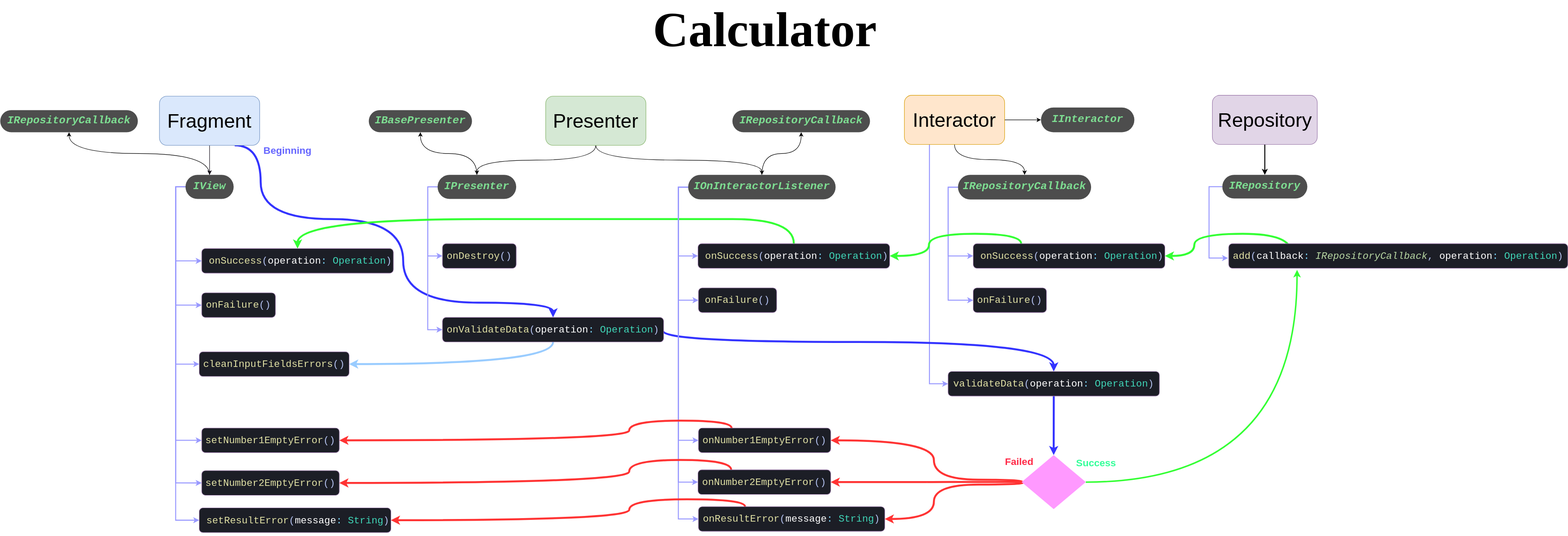
This is MVP Calculator Scheme.svg from ElianFabian/android-mvp-calculator, a draw.io export, as it was before one commit. Source tidied: cells renumbered, new cells last; positions are measured from the earlier drawing's top-left corner, leaving out a move shared by most shapes.
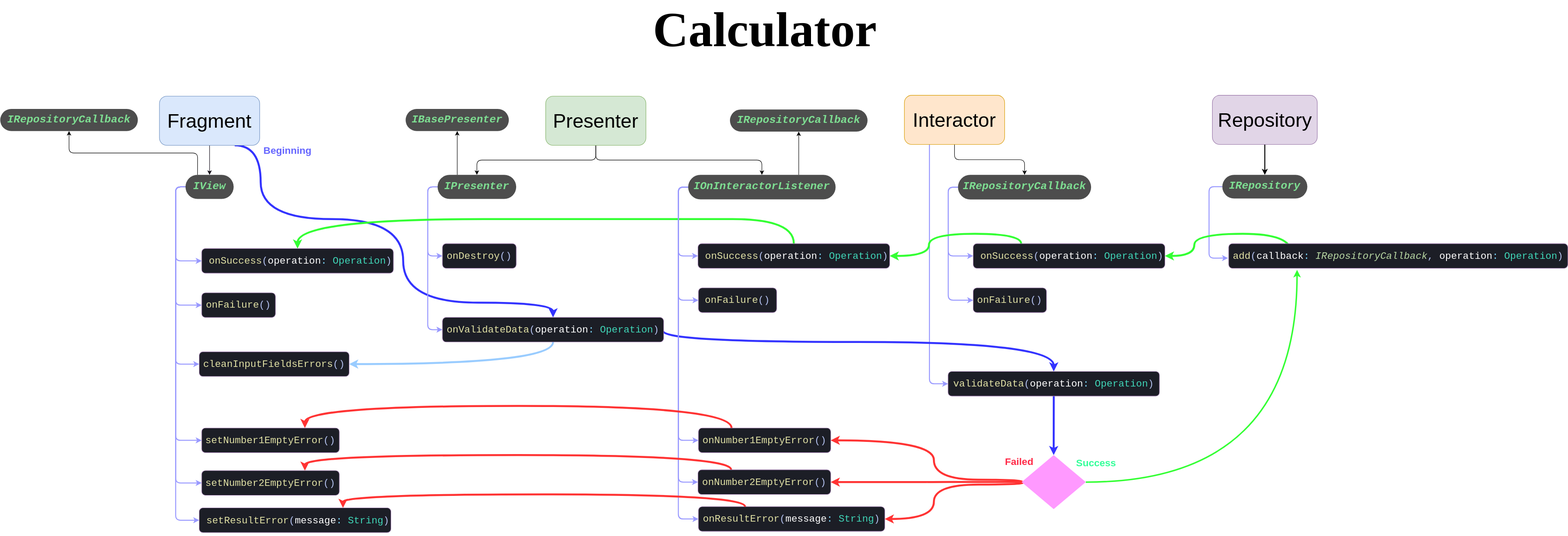
After the commit.

Change to the diagram source:
```diff
@@ -15,12 +15,12 @@
     </mxCell>
-    <mxCell id="3" style="edgeStyle=orthogonalEdgeStyle;curved=1;rounded=0;jettySize=auto;html=1;exitX=0.5;exitY=1;exitDx=0;exitDy=0;entryX=0.5;entryY=0;entryDx=0;entryDy=0;" parent="1" edge="1" source="68" target="33">
+    <mxCell id="3" style="edgeStyle=orthogonalEdgeStyle;rounded=1;jettySize=auto;html=1;exitX=0.5;exitY=1;exitDx=0;exitDy=0;entryX=0.5;entryY=0;entryDx=0;entryDy=0;" parent="1" edge="1" source="68" target="33">
       <mxGeometry relative="1" as="geometry" />
     </mxCell>
-    <mxCell id="4" style="edgeStyle=orthogonalEdgeStyle;curved=1;rounded=0;jettySize=auto;html=1;exitX=0.5;exitY=1;exitDx=0;exitDy=0;entryX=0.5;entryY=0;entryDx=0;entryDy=0;" parent="1" edge="1" source="68" target="40">
+    <mxCell id="4" style="edgeStyle=orthogonalEdgeStyle;rounded=1;jettySize=auto;html=1;exitX=0.5;exitY=1;exitDx=0;exitDy=0;entryX=0.5;entryY=0;entryDx=0;entryDy=0;" parent="1" edge="1" source="68" target="40">
       <mxGeometry relative="1" as="geometry" />
     </mxCell>
-    <mxCell id="5" style="edgeStyle=orthogonalEdgeStyle;curved=1;rounded=0;jettySize=auto;html=1;exitX=0.5;exitY=1;exitDx=0;exitDy=0;" parent="1" edge="1" source="70" target="52">
+    <mxCell id="5" style="edgeStyle=orthogonalEdgeStyle;rounded=1;jettySize=auto;html=1;exitX=0.5;exitY=1;exitDx=0;exitDy=0;" parent="1" edge="1" source="70" target="52">
       <mxGeometry relative="1" as="geometry" />
     </mxCell>
-    <mxCell id="6" style="edgeStyle=orthogonalEdgeStyle;rounded=0;jettySize=auto;html=1;exitX=0.25;exitY=1;exitDx=0;exitDy=0;strokeWidth=2;entryX=0;entryY=0.5;entryDx=0;entryDy=0;strokeColor=#9999FF;" parent="1" edge="1" source="70" target="56">
+    <mxCell id="6" style="edgeStyle=orthogonalEdgeStyle;rounded=1;jettySize=auto;html=1;exitX=0.25;exitY=1;exitDx=0;exitDy=0;strokeWidth=2;entryX=0;entryY=0.5;entryDx=0;entryDy=0;strokeColor=#9999FF;" parent="1" edge="1" source="70" target="56">
       <mxGeometry relative="1" as="geometry">
@@ -34,21 +34,21 @@
     </mxCell>
-    <mxCell id="8" style="edgeStyle=orthogonalEdgeStyle;rounded=0;jettySize=auto;html=1;exitX=0;exitY=0.5;exitDx=0;exitDy=0;entryX=0;entryY=0.5;entryDx=0;entryDy=0;strokeWidth=2;strokeColor=#9999FF;" parent="1" edge="1" source="15" target="20">
+    <mxCell id="8" style="edgeStyle=orthogonalEdgeStyle;rounded=1;jettySize=auto;html=1;exitX=0;exitY=0.5;exitDx=0;exitDy=0;entryX=0;entryY=0.5;entryDx=0;entryDy=0;strokeWidth=2;strokeColor=#9999FF;" parent="1" edge="1" source="15" target="20">
       <mxGeometry relative="1" as="geometry" />
     </mxCell>
-    <mxCell id="9" style="edgeStyle=orthogonalEdgeStyle;rounded=0;jettySize=auto;html=1;exitX=0;exitY=0.5;exitDx=0;exitDy=0;entryX=0;entryY=0.5;entryDx=0;entryDy=0;strokeWidth=2;strokeColor=#9999FF;" parent="1" edge="1" source="15" target="21">
+    <mxCell id="9" style="edgeStyle=orthogonalEdgeStyle;rounded=1;jettySize=auto;html=1;exitX=0;exitY=0.5;exitDx=0;exitDy=0;entryX=0;entryY=0.5;entryDx=0;entryDy=0;strokeWidth=2;strokeColor=#9999FF;" parent="1" edge="1" source="15" target="21">
       <mxGeometry relative="1" as="geometry" />
     </mxCell>
-    <mxCell id="10" style="edgeStyle=orthogonalEdgeStyle;rounded=0;jettySize=auto;html=1;exitX=0;exitY=0.5;exitDx=0;exitDy=0;entryX=0;entryY=0.5;entryDx=0;entryDy=0;strokeWidth=2;strokeColor=#9999FF;" parent="1" edge="1" source="15" target="22">
+    <mxCell id="10" style="edgeStyle=orthogonalEdgeStyle;rounded=1;jettySize=auto;html=1;exitX=0;exitY=0.5;exitDx=0;exitDy=0;entryX=0;entryY=0.5;entryDx=0;entryDy=0;strokeWidth=2;strokeColor=#9999FF;" parent="1" edge="1" source="15" target="22">
       <mxGeometry relative="1" as="geometry" />
     </mxCell>
-    <mxCell id="11" style="edgeStyle=orthogonalEdgeStyle;curved=1;rounded=0;jettySize=auto;html=1;exitX=0.5;exitY=0;exitDx=0;exitDy=0;entryX=0.5;entryY=1;entryDx=0;entryDy=0;strokeColor=#000000;" parent="1" edge="1" source="15" target="51">
+    <mxCell id="11" style="edgeStyle=orthogonalEdgeStyle;rounded=1;jettySize=auto;html=1;exitX=0.25;exitY=0;exitDx=0;exitDy=0;entryX=0.5;entryY=1;entryDx=0;entryDy=0;strokeColor=#000000;" parent="1" edge="1" source="15" target="51">
       <mxGeometry relative="1" as="geometry" />
     </mxCell>
-    <mxCell id="12" style="edgeStyle=orthogonalEdgeStyle;rounded=0;jettySize=auto;html=1;exitX=0;exitY=0.5;exitDx=0;exitDy=0;entryX=0;entryY=0.5;entryDx=0;entryDy=0;strokeWidth=2;strokeColor=#9999FF;" parent="1" edge="1" source="15" target="53">
+    <mxCell id="12" style="edgeStyle=orthogonalEdgeStyle;rounded=1;jettySize=auto;html=1;exitX=0;exitY=0.5;exitDx=0;exitDy=0;entryX=0;entryY=0.5;entryDx=0;entryDy=0;strokeWidth=2;strokeColor=#9999FF;" parent="1" edge="1" source="15" target="53">
       <mxGeometry relative="1" as="geometry" />
     </mxCell>
-    <mxCell id="13" style="edgeStyle=orthogonalEdgeStyle;rounded=0;jettySize=auto;html=1;exitX=0;exitY=0.5;exitDx=0;exitDy=0;entryX=0;entryY=0.5;entryDx=0;entryDy=0;strokeWidth=2;strokeColor=#9999FF;" parent="1" edge="1" source="15" target="54">
+    <mxCell id="13" style="edgeStyle=orthogonalEdgeStyle;rounded=1;jettySize=auto;html=1;exitX=0;exitY=0.5;exitDx=0;exitDy=0;entryX=0;entryY=0.5;entryDx=0;entryDy=0;strokeWidth=2;strokeColor=#9999FF;" parent="1" edge="1" source="15" target="54">
       <mxGeometry relative="1" as="geometry" />
     </mxCell>
-    <mxCell id="14" style="edgeStyle=orthogonalEdgeStyle;rounded=0;jettySize=auto;html=1;exitX=0;exitY=0.5;exitDx=0;exitDy=0;entryX=0;entryY=0.5;entryDx=0;entryDy=0;strokeWidth=2;strokeColor=#9999FF;" parent="1" edge="1" source="15" target="23">
+    <mxCell id="14" style="edgeStyle=orthogonalEdgeStyle;rounded=1;jettySize=auto;html=1;exitX=0;exitY=0.5;exitDx=0;exitDy=0;entryX=0;entryY=0.5;entryDx=0;entryDy=0;strokeWidth=2;strokeColor=#9999FF;" parent="1" edge="1" source="15" target="23">
       <mxGeometry relative="1" as="geometry" />
@@ -58,12 +58,12 @@
     </mxCell>
-    <mxCell id="16" style="edgeStyle=orthogonalEdgeStyle;rounded=0;jettySize=auto;html=1;exitX=0;exitY=0.5;exitDx=0;exitDy=0;entryX=0;entryY=0.5;entryDx=0;entryDy=0;strokeWidth=2;strokeColor=#9999FF;" parent="1" edge="1" source="33" target="25">
+    <mxCell id="16" style="edgeStyle=orthogonalEdgeStyle;rounded=1;jettySize=auto;html=1;exitX=0;exitY=0.5;exitDx=0;exitDy=0;entryX=0;entryY=0.5;entryDx=0;entryDy=0;strokeWidth=2;strokeColor=#9999FF;" parent="1" edge="1" source="33" target="25">
       <mxGeometry relative="1" as="geometry" />
     </mxCell>
-    <mxCell id="17" style="edgeStyle=orthogonalEdgeStyle;rounded=0;jettySize=auto;html=1;exitX=0;exitY=0.5;exitDx=0;exitDy=0;entryX=0;entryY=0.5;entryDx=0;entryDy=0;strokeWidth=2;strokeColor=#9999FF;" parent="1" edge="1" source="33" target="28">
+    <mxCell id="17" style="edgeStyle=orthogonalEdgeStyle;rounded=1;jettySize=auto;html=1;exitX=0;exitY=0.5;exitDx=0;exitDy=0;entryX=0;entryY=0.5;entryDx=0;entryDy=0;strokeWidth=2;strokeColor=#9999FF;" parent="1" edge="1" source="33" target="28">
       <mxGeometry relative="1" as="geometry" />
     </mxCell>
-    <mxCell id="18" style="edgeStyle=orthogonalEdgeStyle;rounded=0;jettySize=auto;html=1;exitX=0;exitY=0.5;exitDx=0;exitDy=0;entryX=0;entryY=0.5;entryDx=0;entryDy=0;strokeWidth=2;strokeColor=#9999FF;" parent="1" edge="1" source="52" target="49">
+    <mxCell id="18" style="edgeStyle=orthogonalEdgeStyle;rounded=1;jettySize=auto;html=1;exitX=0;exitY=0.5;exitDx=0;exitDy=0;entryX=0;entryY=0.5;entryDx=0;entryDy=0;strokeWidth=2;strokeColor=#9999FF;" parent="1" edge="1" source="52" target="49">
       <mxGeometry relative="1" as="geometry" />
     </mxCell>
-    <mxCell id="19" style="edgeStyle=orthogonalEdgeStyle;rounded=0;jettySize=auto;html=1;exitX=0;exitY=0.5;exitDx=0;exitDy=0;entryX=0;entryY=0.5;entryDx=0;entryDy=0;strokeWidth=2;strokeColor=#9999FF;" parent="1" edge="1" source="52" target="50">
+    <mxCell id="19" style="edgeStyle=orthogonalEdgeStyle;rounded=1;jettySize=auto;html=1;exitX=0;exitY=0.5;exitDx=0;exitDy=0;entryX=0;entryY=0.5;entryDx=0;entryDy=0;strokeWidth=2;strokeColor=#9999FF;" parent="1" edge="1" source="52" target="50">
       <mxGeometry relative="1" as="geometry" />
@@ -83,3 +83,3 @@
     <mxCell id="24" value="&lt;pre style=&quot;font-family: &amp;quot;jetbrains mono&amp;quot;, monospace; font-size: 22px;&quot;&gt;&lt;span style=&quot;font-style: italic; font-size: 22px;&quot;&gt;&lt;span style=&quot;font-size: 22px;&quot;&gt;&lt;font style=&quot;font-size: 22px;&quot;&gt;IBasePresenter&lt;/font&gt;&lt;/span&gt;&lt;/span&gt;&lt;/pre&gt;" style="rounded=1;whiteSpace=wrap;html=1;strokeWidth=1;arcSize=50;fontSize=22;fontColor=#7EDE92;fontStyle=1;strokeColor=none;fillColor=#4D4D4D;" parent="1" vertex="1">
-      <mxGeometry x="750" y="193.3" width="210" height="45" as="geometry" />
+      <mxGeometry x="825" y="191" width="210" height="45" as="geometry" />
     </mxCell>
@@ -117,3 +117,3 @@
     <mxCell id="32" value="&lt;pre style=&quot;font-family: &amp;quot;jetbrains mono&amp;quot;, monospace; font-size: 22px;&quot;&gt;&lt;span style=&quot;font-style: italic; font-size: 22px;&quot;&gt;&lt;span style=&quot;font-size: 22px;&quot;&gt;&lt;font style=&quot;font-size: 22px;&quot;&gt;IRepositoryCallback&lt;/font&gt;&lt;/span&gt;&lt;/span&gt;&lt;/pre&gt;" style="rounded=1;whiteSpace=wrap;html=1;strokeWidth=1;arcSize=50;fontSize=22;fontColor=#7EDE92;fontStyle=1;strokeColor=none;fillColor=#4D4D4D;" parent="1" vertex="1">
-      <mxGeometry x="1490" y="193.3" width="280" height="45" as="geometry" />
+      <mxGeometry x="1485" y="192" width="280" height="45" as="geometry" />
     </mxCell>
@@ -122,18 +122,18 @@
     </mxCell>
-    <mxCell id="34" style="edgeStyle=orthogonalEdgeStyle;curved=1;rounded=0;jettySize=auto;html=1;entryX=0.5;entryY=1;entryDx=0;entryDy=0;" parent="1" edge="1" source="40" target="32">
+    <mxCell id="34" style="edgeStyle=orthogonalEdgeStyle;rounded=0;jettySize=auto;html=1;entryX=0.5;entryY=1;entryDx=0;entryDy=0;exitX=0.75;exitY=0;exitDx=0;exitDy=0;" parent="1" edge="1" source="40" target="32">
       <mxGeometry relative="1" as="geometry" />
     </mxCell>
-    <mxCell id="35" style="edgeStyle=orthogonalEdgeStyle;rounded=0;jettySize=auto;html=1;exitX=0;exitY=0.5;exitDx=0;exitDy=0;entryX=0;entryY=0.5;entryDx=0;entryDy=0;strokeWidth=2;strokeColor=#9999FF;" parent="1" edge="1" source="40" target="30">
+    <mxCell id="35" style="edgeStyle=orthogonalEdgeStyle;rounded=1;jettySize=auto;html=1;exitX=0;exitY=0.5;exitDx=0;exitDy=0;entryX=0;entryY=0.5;entryDx=0;entryDy=0;strokeWidth=2;strokeColor=#9999FF;" parent="1" edge="1" source="40" target="30">
       <mxGeometry relative="1" as="geometry" />
     </mxCell>
-    <mxCell id="36" style="edgeStyle=orthogonalEdgeStyle;rounded=0;jettySize=auto;html=1;exitX=0;exitY=0.5;exitDx=0;exitDy=0;entryX=0;entryY=0.5;entryDx=0;entryDy=0;strokeWidth=2;strokeColor=#9999FF;" parent="1" edge="1" source="40" target="31">
+    <mxCell id="36" style="edgeStyle=orthogonalEdgeStyle;rounded=1;jettySize=auto;html=1;exitX=0;exitY=0.5;exitDx=0;exitDy=0;entryX=0;entryY=0.5;entryDx=0;entryDy=0;strokeWidth=2;strokeColor=#9999FF;" parent="1" edge="1" source="40" target="31">
       <mxGeometry relative="1" as="geometry" />
     </mxCell>
-    <mxCell id="37" style="edgeStyle=orthogonalEdgeStyle;rounded=0;jettySize=auto;html=1;exitX=0;exitY=0.5;exitDx=0;exitDy=0;entryX=0;entryY=0.5;entryDx=0;entryDy=0;strokeWidth=2;strokeColor=#9999FF;" parent="1" edge="1" source="40" target="43">
+    <mxCell id="37" style="edgeStyle=orthogonalEdgeStyle;rounded=1;jettySize=auto;html=1;exitX=0;exitY=0.5;exitDx=0;exitDy=0;entryX=0;entryY=0.5;entryDx=0;entryDy=0;strokeWidth=2;strokeColor=#9999FF;" parent="1" edge="1" source="40" target="43">
       <mxGeometry relative="1" as="geometry" />
     </mxCell>
-    <mxCell id="38" style="edgeStyle=orthogonalEdgeStyle;rounded=0;jettySize=auto;html=1;exitX=0;exitY=0.5;exitDx=0;exitDy=0;entryX=0;entryY=0.5;entryDx=0;entryDy=0;strokeWidth=2;strokeColor=#9999FF;" parent="1" edge="1" source="40" target="45">
+    <mxCell id="38" style="edgeStyle=orthogonalEdgeStyle;rounded=1;jettySize=auto;html=1;exitX=0;exitY=0.5;exitDx=0;exitDy=0;entryX=0;entryY=0.5;entryDx=0;entryDy=0;strokeWidth=2;strokeColor=#9999FF;" parent="1" edge="1" source="40" target="45">
       <mxGeometry relative="1" as="geometry" />
     </mxCell>
-    <mxCell id="39" style="edgeStyle=orthogonalEdgeStyle;rounded=0;jettySize=auto;html=1;exitX=0;exitY=0.5;exitDx=0;exitDy=0;entryX=0;entryY=0.5;entryDx=0;entryDy=0;strokeWidth=2;strokeColor=#9999FF;" parent="1" edge="1" source="40" target="47">
+    <mxCell id="39" style="edgeStyle=orthogonalEdgeStyle;rounded=1;jettySize=auto;html=1;exitX=0;exitY=0.5;exitDx=0;exitDy=0;entryX=0;entryY=0.5;entryDx=0;entryDy=0;strokeWidth=2;strokeColor=#9999FF;" parent="1" edge="1" source="40" target="47">
       <mxGeometry relative="1" as="geometry" />
@@ -143,11 +143,10 @@
     </mxCell>
-    <mxCell id="41" style="edgeStyle=orthogonalEdgeStyle;curved=1;rounded=0;jettySize=auto;html=1;entryX=0.5;entryY=1;entryDx=0;entryDy=0;exitX=0.5;exitY=0;exitDx=0;exitDy=0;" parent="1" edge="1" source="33" target="24">
+    <mxCell id="41" style="edgeStyle=orthogonalEdgeStyle;rounded=0;jettySize=auto;html=1;entryX=0.5;entryY=1;entryDx=0;entryDy=0;exitX=0.25;exitY=0;exitDx=0;exitDy=0;" parent="1" edge="1" source="33" target="24">
       <mxGeometry relative="1" as="geometry" />
     </mxCell>
-    <mxCell id="42" style="edgeStyle=orthogonalEdgeStyle;curved=1;rounded=0;jettySize=auto;html=1;exitX=0.25;exitY=0;exitDx=0;exitDy=0;entryX=1;entryY=0.5;entryDx=0;entryDy=0;strokeWidth=4;strokeColor=#FF3333;" parent="1" edge="1" source="43" target="20">
+    <mxCell id="42" style="edgeStyle=orthogonalEdgeStyle;jettySize=auto;html=1;exitX=0.25;exitY=0;exitDx=0;exitDy=0;entryX=0.75;entryY=0;entryDx=0;entryDy=0;strokeWidth=4;strokeColor=#FF3333;curved=1;" parent="1" edge="1" source="43" target="20">
       <mxGeometry relative="1" as="geometry">
         <Array as="points">
-          <mxPoint x="1488" y="825" />
-          <mxPoint x="1280" y="825" />
-          <mxPoint x="1280" y="865" />
+          <mxPoint x="1488" y="795" />
+          <mxPoint x="620" y="795" />
         </Array>
@@ -158,8 +157,7 @@
     </mxCell>
-    <mxCell id="44" style="edgeStyle=orthogonalEdgeStyle;curved=1;rounded=0;jettySize=auto;html=1;exitX=0.25;exitY=0;exitDx=0;exitDy=0;entryX=1;entryY=0.5;entryDx=0;entryDy=0;strokeWidth=4;strokeColor=#FF3333;" parent="1" edge="1" source="45" target="21">
+    <mxCell id="44" style="edgeStyle=orthogonalEdgeStyle;curved=1;rounded=0;jettySize=auto;html=1;exitX=0.25;exitY=0;exitDx=0;exitDy=0;entryX=0.75;entryY=0;entryDx=0;entryDy=0;strokeWidth=4;strokeColor=#FF3333;" parent="1" edge="1" source="45" target="21">
       <mxGeometry relative="1" as="geometry">
         <Array as="points">
-          <mxPoint x="1488" y="905" />
-          <mxPoint x="1280" y="905" />
-          <mxPoint x="1280" y="952" />
+          <mxPoint x="1487" y="895" />
+          <mxPoint x="620" y="895" />
         </Array>
@@ -170,11 +168,2 @@
     </mxCell>
-    <mxCell id="46" style="edgeStyle=orthogonalEdgeStyle;curved=1;rounded=0;jettySize=auto;html=1;exitX=0.25;exitY=0;exitDx=0;exitDy=0;entryX=1;entryY=0.5;entryDx=0;entryDy=0;strokeWidth=4;strokeColor=#FF3333;" parent="1" edge="1" source="47" target="22">
-      <mxGeometry relative="1" as="geometry">
-        <Array as="points">
-          <mxPoint x="1516" y="985" />
-          <mxPoint x="1280" y="985" />
-          <mxPoint x="1280" y="1028" />
-        </Array>
-      </mxGeometry>
-    </mxCell>
     <mxCell id="47" value="&lt;pre style=&quot;font-family: &amp;quot;jetbrains mono&amp;quot;, monospace; font-size: 20px;&quot;&gt;&lt;pre style=&quot;background-color: rgb(28, 30, 38); color: rgb(182, 196, 242); font-family: &amp;quot;jetbrains mono&amp;quot;, monospace; font-size: 20px;&quot;&gt;&lt;pre style=&quot;font-family: &amp;quot;jetbrains mono&amp;quot;, monospace; font-size: 20px;&quot;&gt;&lt;pre style=&quot;font-family: &amp;quot;jetbrains mono&amp;quot;, monospace; font-size: 20px;&quot;&gt;&lt;pre style=&quot;font-family: &amp;quot;jetbrains mono&amp;quot;, monospace; font-size: 20px;&quot;&gt;&lt;pre style=&quot;font-family: &amp;quot;jetbrains mono&amp;quot;, monospace; font-size: 20px;&quot;&gt;&lt;pre style=&quot;font-family: &amp;quot;jetbrains mono&amp;quot;, monospace; font-size: 20px;&quot;&gt;&lt;span style=&quot;color: rgb(225, 225, 165); font-size: 20px;&quot;&gt;onResultError&lt;/span&gt;&lt;span style=&quot;color: rgb(180, 194, 240); font-size: 20px;&quot;&gt;(&lt;/span&gt;&lt;span style=&quot;color: rgb(255, 255, 255); font-size: 20px;&quot;&gt;message&lt;/span&gt;&lt;span style=&quot;color: rgb(127, 218, 255); font-size: 20px;&quot;&gt;: &lt;/span&gt;&lt;span style=&quot;color: rgb(64, 214, 184); font-size: 20px;&quot;&gt;String&lt;/span&gt;&lt;span style=&quot;color: rgb(180, 194, 240); font-size: 20px;&quot;&gt;)&lt;/span&gt;&lt;/pre&gt;&lt;/pre&gt;&lt;/pre&gt;&lt;/pre&gt;&lt;/pre&gt;&lt;/pre&gt;&lt;/pre&gt;" style="rounded=1;whiteSpace=wrap;html=1;strokeColor=#9673a6;shadow=0;sketch=0;glass=0;fillColor=#1c1e26;fontSize=20;" parent="1" vertex="1">
@@ -198,3 +187,3 @@
     <mxCell id="51" value="&lt;pre style=&quot;font-family: &amp;quot;jetbrains mono&amp;quot;, monospace; font-size: 22px;&quot;&gt;&lt;span style=&quot;font-style: italic; font-size: 22px;&quot;&gt;&lt;span style=&quot;font-size: 22px;&quot;&gt;&lt;font style=&quot;font-size: 22px;&quot; color=&quot;#7ede92&quot;&gt;IRepositoryCallback&lt;/font&gt;&lt;/span&gt;&lt;/span&gt;&lt;/pre&gt;" style="rounded=1;whiteSpace=wrap;html=1;strokeWidth=1;arcSize=50;fontSize=22;fontColor=#8CC985;fontStyle=1;strokeColor=none;fillColor=#4D4D4D;" parent="1" vertex="1">
-      <mxGeometry y="193.3" width="280" height="45" as="geometry" />
+      <mxGeometry y="191" width="280" height="45" as="geometry" />
     </mxCell>
@@ -244,3 +233,3 @@
     </mxCell>
-    <mxCell id="62" style="edgeStyle=orthogonalEdgeStyle;rounded=0;jettySize=auto;html=1;exitX=0;exitY=0.5;exitDx=0;exitDy=0;strokeWidth=2;entryX=-0.002;entryY=0.586;entryDx=0;entryDy=0;entryPerimeter=0;strokeColor=#9999FF;" parent="1" edge="1" source="63" target="65">
+    <mxCell id="62" style="edgeStyle=orthogonalEdgeStyle;rounded=1;jettySize=auto;html=1;exitX=0;exitY=0.5;exitDx=0;exitDy=0;strokeWidth=2;entryX=-0.002;entryY=0.586;entryDx=0;entryDy=0;entryPerimeter=0;strokeColor=#9999FF;" parent="1" edge="1" source="63" target="65">
       <mxGeometry relative="1" as="geometry">
@@ -277,5 +266,2 @@
     </mxCell>
-    <mxCell id="69" style="edgeStyle=orthogonalEdgeStyle;rounded=0;jettySize=auto;html=1;" parent="1" edge="1" source="70" target="77">
-      <mxGeometry relative="1" as="geometry" />
-    </mxCell>
     <mxCell id="70" value="&lt;pre&gt;&lt;font style=&quot;font-size: 40px&quot; face=&quot;Helvetica&quot;&gt;Interactor&lt;/font&gt;&lt;/pre&gt;" style="rounded=1;whiteSpace=wrap;html=1;fillColor=#ffe6cc;strokeColor=#d79b00;" parent="1" vertex="1">
@@ -301,5 +287,10 @@
     </mxCell>
-    <mxCell id="77" value="&lt;pre style=&quot;font-family: &amp;#34;jetbrains mono&amp;#34; , monospace ; font-size: 22px&quot;&gt;&lt;span style=&quot;font-style: italic ; font-size: 22px&quot;&gt;&lt;span style=&quot;font-size: 22px&quot;&gt;&lt;font style=&quot;font-size: 22px&quot;&gt;IInteractor&lt;/font&gt;&lt;/span&gt;&lt;/span&gt;&lt;/pre&gt;" style="rounded=1;whiteSpace=wrap;html=1;strokeWidth=1;arcSize=50;fontSize=22;fontColor=#7EDE92;fontStyle=1;strokeColor=none;fillColor=#4D4D4D;" parent="1" vertex="1">
-      <mxGeometry x="2118" y="188.1" width="190" height="50.2" as="geometry" />
-    </mxCell>
+    <mxCell id="46" style="edgeStyle=orthogonalEdgeStyle;curved=1;rounded=0;jettySize=auto;html=1;exitX=0.25;exitY=0;exitDx=0;exitDy=0;entryX=0.75;entryY=0;entryDx=0;entryDy=0;strokeWidth=4;strokeColor=#FF3333;" parent="1" edge="1" source="47" target="22">
+      <mxGeometry relative="1" as="geometry">
+        <Array as="points">
+          <mxPoint x="1516" y="975" />
+          <mxPoint x="698" y="975" />
+        </Array>
+      </mxGeometry>
+    </mxCell>
   </root>
```
